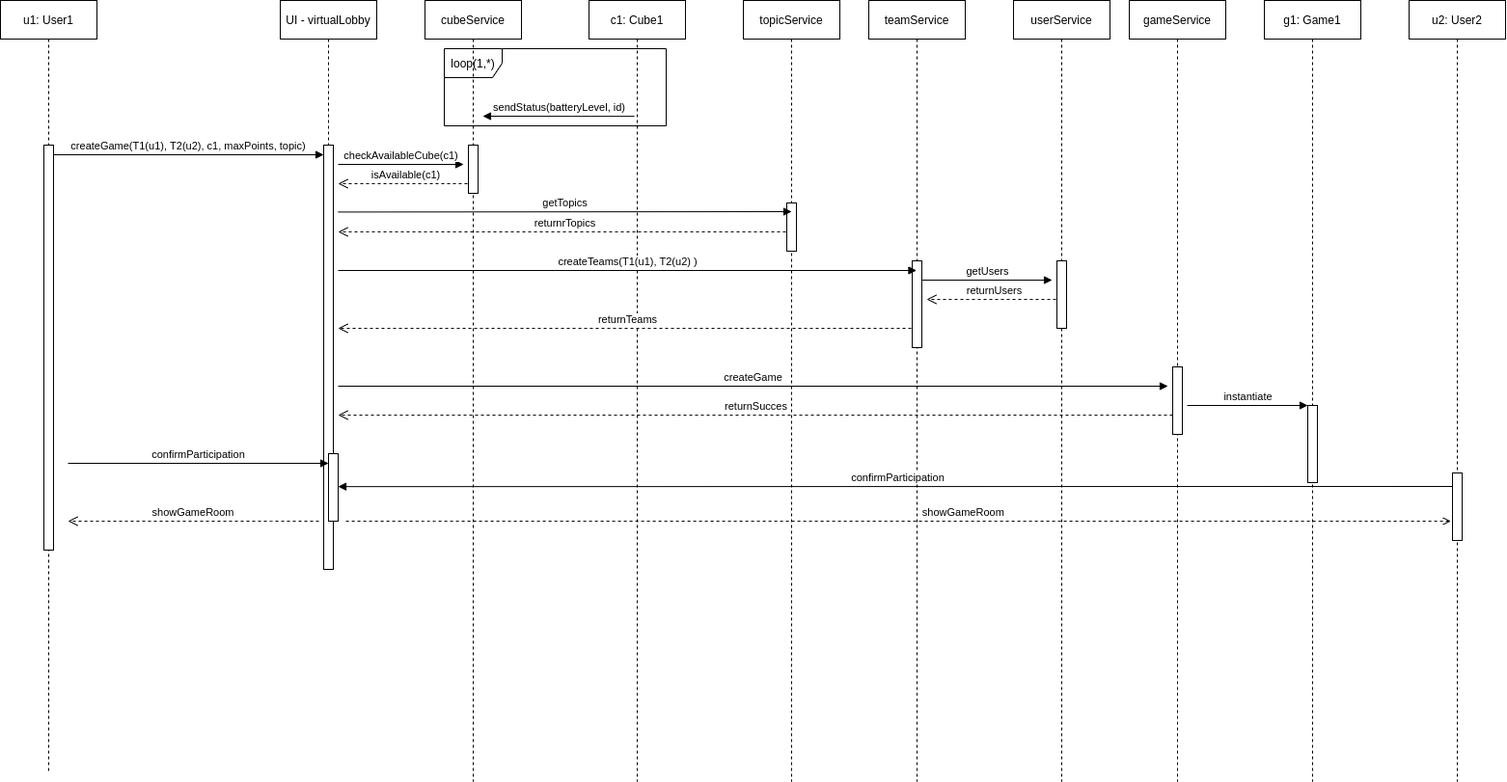
The draw.io diagram documents/software-concept/diagrams/laufzeitsicht_spiel_erstellen.png in b-ertel/TimeGuess-Game, before a commit. Source tidied: cells renumbered, new cells last; positions are measured from the earlier drawing's top-left corner, leaving out a move shared by most shapes.
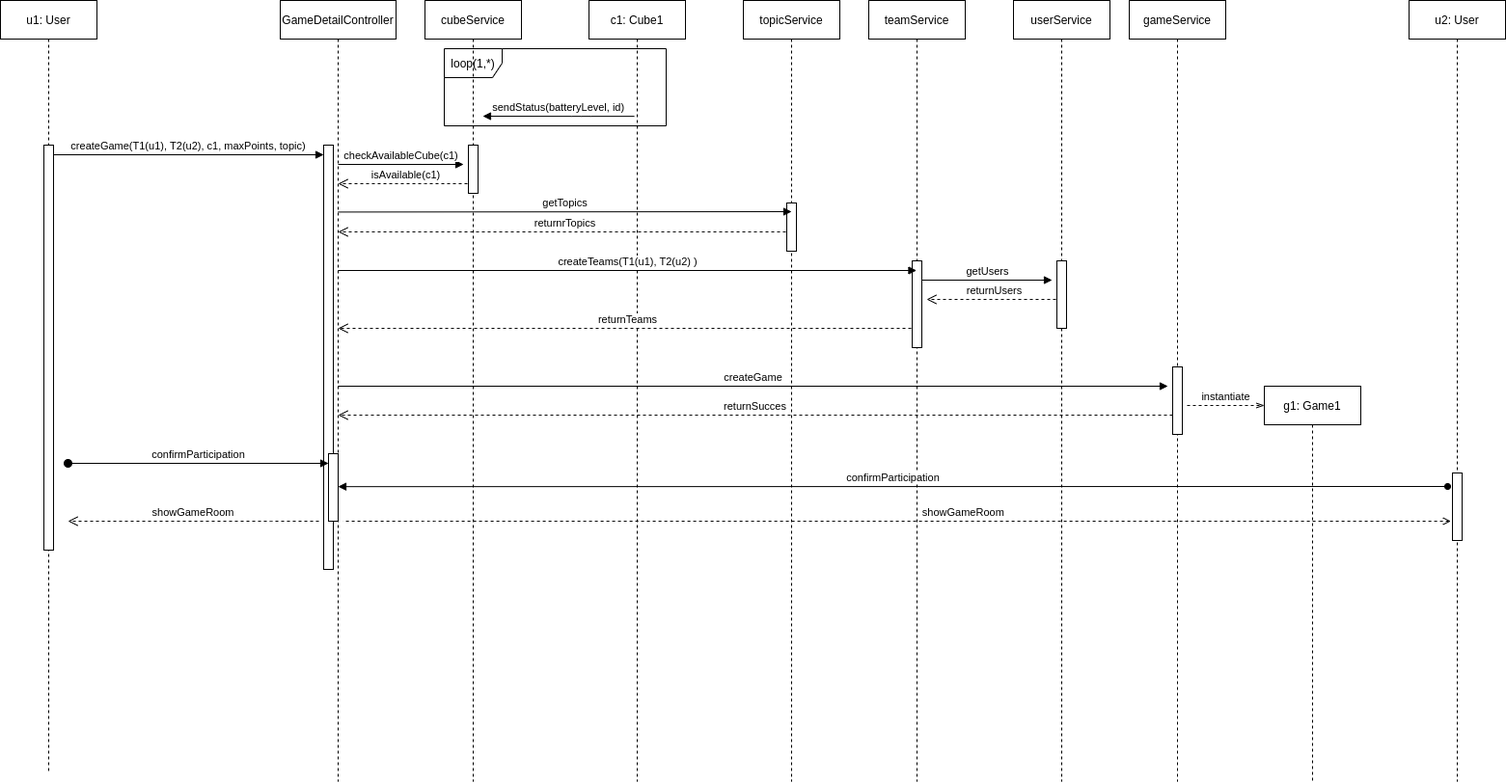
The same file after the commit.

Commit message:
weitere Laufzeitdiagramme

What changed in the source:
```diff
@@ -2,14 +2,14 @@
   <root>
     <mxCell id="0" />
     <mxCell id="1" parent="0" />
-    <mxCell id="2" value="u1: User1" style="shape=umlLifeline;perimeter=lifelinePerimeter;rounded=0;shadow=0;strokeWidth=1;" parent="1" vertex="1">
+    <mxCell id="2" value="u1: User" style="shape=umlLifeline;perimeter=lifelinePerimeter;rounded=0;shadow=0;strokeWidth=1;" parent="1" vertex="1">
       <mxGeometry width="100" height="800" as="geometry" />
     </mxCell>
     <mxCell id="3" style="points=[];perimeter=orthogonalPerimeter;rounded=0;shadow=0;strokeWidth=1;" parent="2" vertex="1">
       <mxGeometry x="45" y="150" width="10" height="420" as="geometry" />
     </mxCell>
-    <mxCell id="4" value="UI - virtualLobby" style="shape=umlLifeline;perimeter=lifelinePerimeter;rounded=0;shadow=0;strokeWidth=1;" parent="1" vertex="1">
-      <mxGeometry x="290" width="100" height="590" as="geometry" />
+    <mxCell id="4" value="GameDetailController" style="shape=umlLifeline;perimeter=lifelinePerimeter;rounded=0;shadow=0;strokeWidth=1;" parent="1" vertex="1">
+      <mxGeometry x="290" width="120" height="810" as="geometry" />
     </mxCell>
     <mxCell id="5" style="perimeter=orthogonalPerimeter;rounded=0;shadow=0;strokeWidth=1;" parent="4" vertex="1">
       <mxGeometry x="45" y="150" width="10" height="440" as="geometry" />
@@ -28,13 +28,13 @@
         <mxPoint x="335" y="160" as="targetPoint" />
       </mxGeometry>
     </mxCell>
-    <mxCell id="8" value="confirmParticipation" style="html=1;verticalAlign=bottom;startArrow=none;endArrow=block;startSize=8;startFill=0;" parent="1" edge="1">
+    <mxCell id="8" value="confirmParticipation" style="html=1;verticalAlign=bottom;startArrow=oval;endArrow=block;startSize=8;startFill=1;" parent="1" edge="1">
       <mxGeometry relative="1" as="geometry">
         <mxPoint x="70" y="480" as="sourcePoint" />
         <mxPoint x="340" y="480" as="targetPoint" />
       </mxGeometry>
     </mxCell>
-    <mxCell id="9" value="u2: User2" style="shape=umlLifeline;perimeter=lifelinePerimeter;whiteSpace=wrap;html=1;" parent="1" vertex="1">
+    <mxCell id="9" value="u2: User" style="shape=umlLifeline;perimeter=lifelinePerimeter;whiteSpace=wrap;html=1;" parent="1" vertex="1">
       <mxGeometry x="1460" width="100" height="810" as="geometry" />
     </mxCell>
     <mxCell id="10" value="showGameRoom" style="verticalAlign=bottom;endArrow=none;dashed=1;endSize=8;shadow=0;strokeWidth=1;startArrow=open;startFill=0;endFill=0;" parent="1" edge="1">
@@ -48,7 +48,7 @@
       </mxGeometry>
     </mxCell>
     <mxCell id="11" value="g1: Game1" style="shape=umlLifeline;perimeter=lifelinePerimeter;whiteSpace=wrap;html=1;" parent="1" vertex="1">
-      <mxGeometry x="1310" width="100" height="810" as="geometry" />
+      <mxGeometry x="1310" y="400" width="100" height="410" as="geometry" />
     </mxCell>
     <mxCell id="12" value="c1: Cube1" style="shape=umlLifeline;perimeter=lifelinePerimeter;whiteSpace=wrap;html=1;fillColor=#FFFFFF;" parent="1" vertex="1">
       <mxGeometry x="610" width="100" height="810" as="geometry" />
@@ -151,12 +151,10 @@
     <mxCell id="33" style="perimeter=orthogonalPerimeter;rounded=0;shadow=0;strokeWidth=1;" parent="1" vertex="1">
       <mxGeometry x="1215" y="380" width="10" height="70" as="geometry" />
     </mxCell>
-    <mxCell id="34" style="html=1;points=[];perimeter=orthogonalPerimeter;fillColor=#FFFFFF;" parent="1" vertex="1">
-      <mxGeometry x="1355" y="420" width="10" height="80" as="geometry" />
-    </mxCell>
-    <mxCell id="35" value="instantiate" style="html=1;verticalAlign=bottom;endArrow=block;entryX=0;entryY=0;" parent="1" edge="1" target="34">
+    <mxCell id="35" value="instantiate" style="html=1;verticalAlign=bottom;endArrow=openThin;endFill=0;dashed=1;" parent="1" edge="1">
       <mxGeometry relative="1" as="geometry">
         <mxPoint x="1230" y="420" as="sourcePoint" />
+        <mxPoint x="1310" y="420" as="targetPoint" />
       </mxGeometry>
     </mxCell>
     <mxCell id="36" value="returnSucces" style="html=1;verticalAlign=bottom;endArrow=open;dashed=1;endSize=8;" parent="1" edge="1">
@@ -168,10 +166,10 @@
     <mxCell id="37" style="perimeter=orthogonalPerimeter;rounded=0;shadow=0;strokeWidth=1;" parent="1" vertex="1">
       <mxGeometry x="340" y="470" width="10" height="70" as="geometry" />
     </mxCell>
-    <mxCell id="38" value="confirmParticipation" style="html=1;verticalAlign=bottom;endArrow=none;startArrow=block;startFill=1;endFill=0;" parent="1" edge="1">
+    <mxCell id="38" value="confirmParticipation" style="html=1;verticalAlign=bottom;endArrow=oval;startArrow=block;startFill=1;endFill=1;" parent="1" edge="1">
       <mxGeometry relative="1" as="geometry">
         <mxPoint x="350" y="504.2" as="sourcePoint" />
-        <mxPoint x="1510" y="504" as="targetPoint" />
+        <mxPoint x="1500" y="504" as="targetPoint" />
       </mxGeometry>
     </mxCell>
     <mxCell id="39" style="perimeter=orthogonalPerimeter;rounded=0;shadow=0;strokeWidth=1;" parent="1" vertex="1">
```
